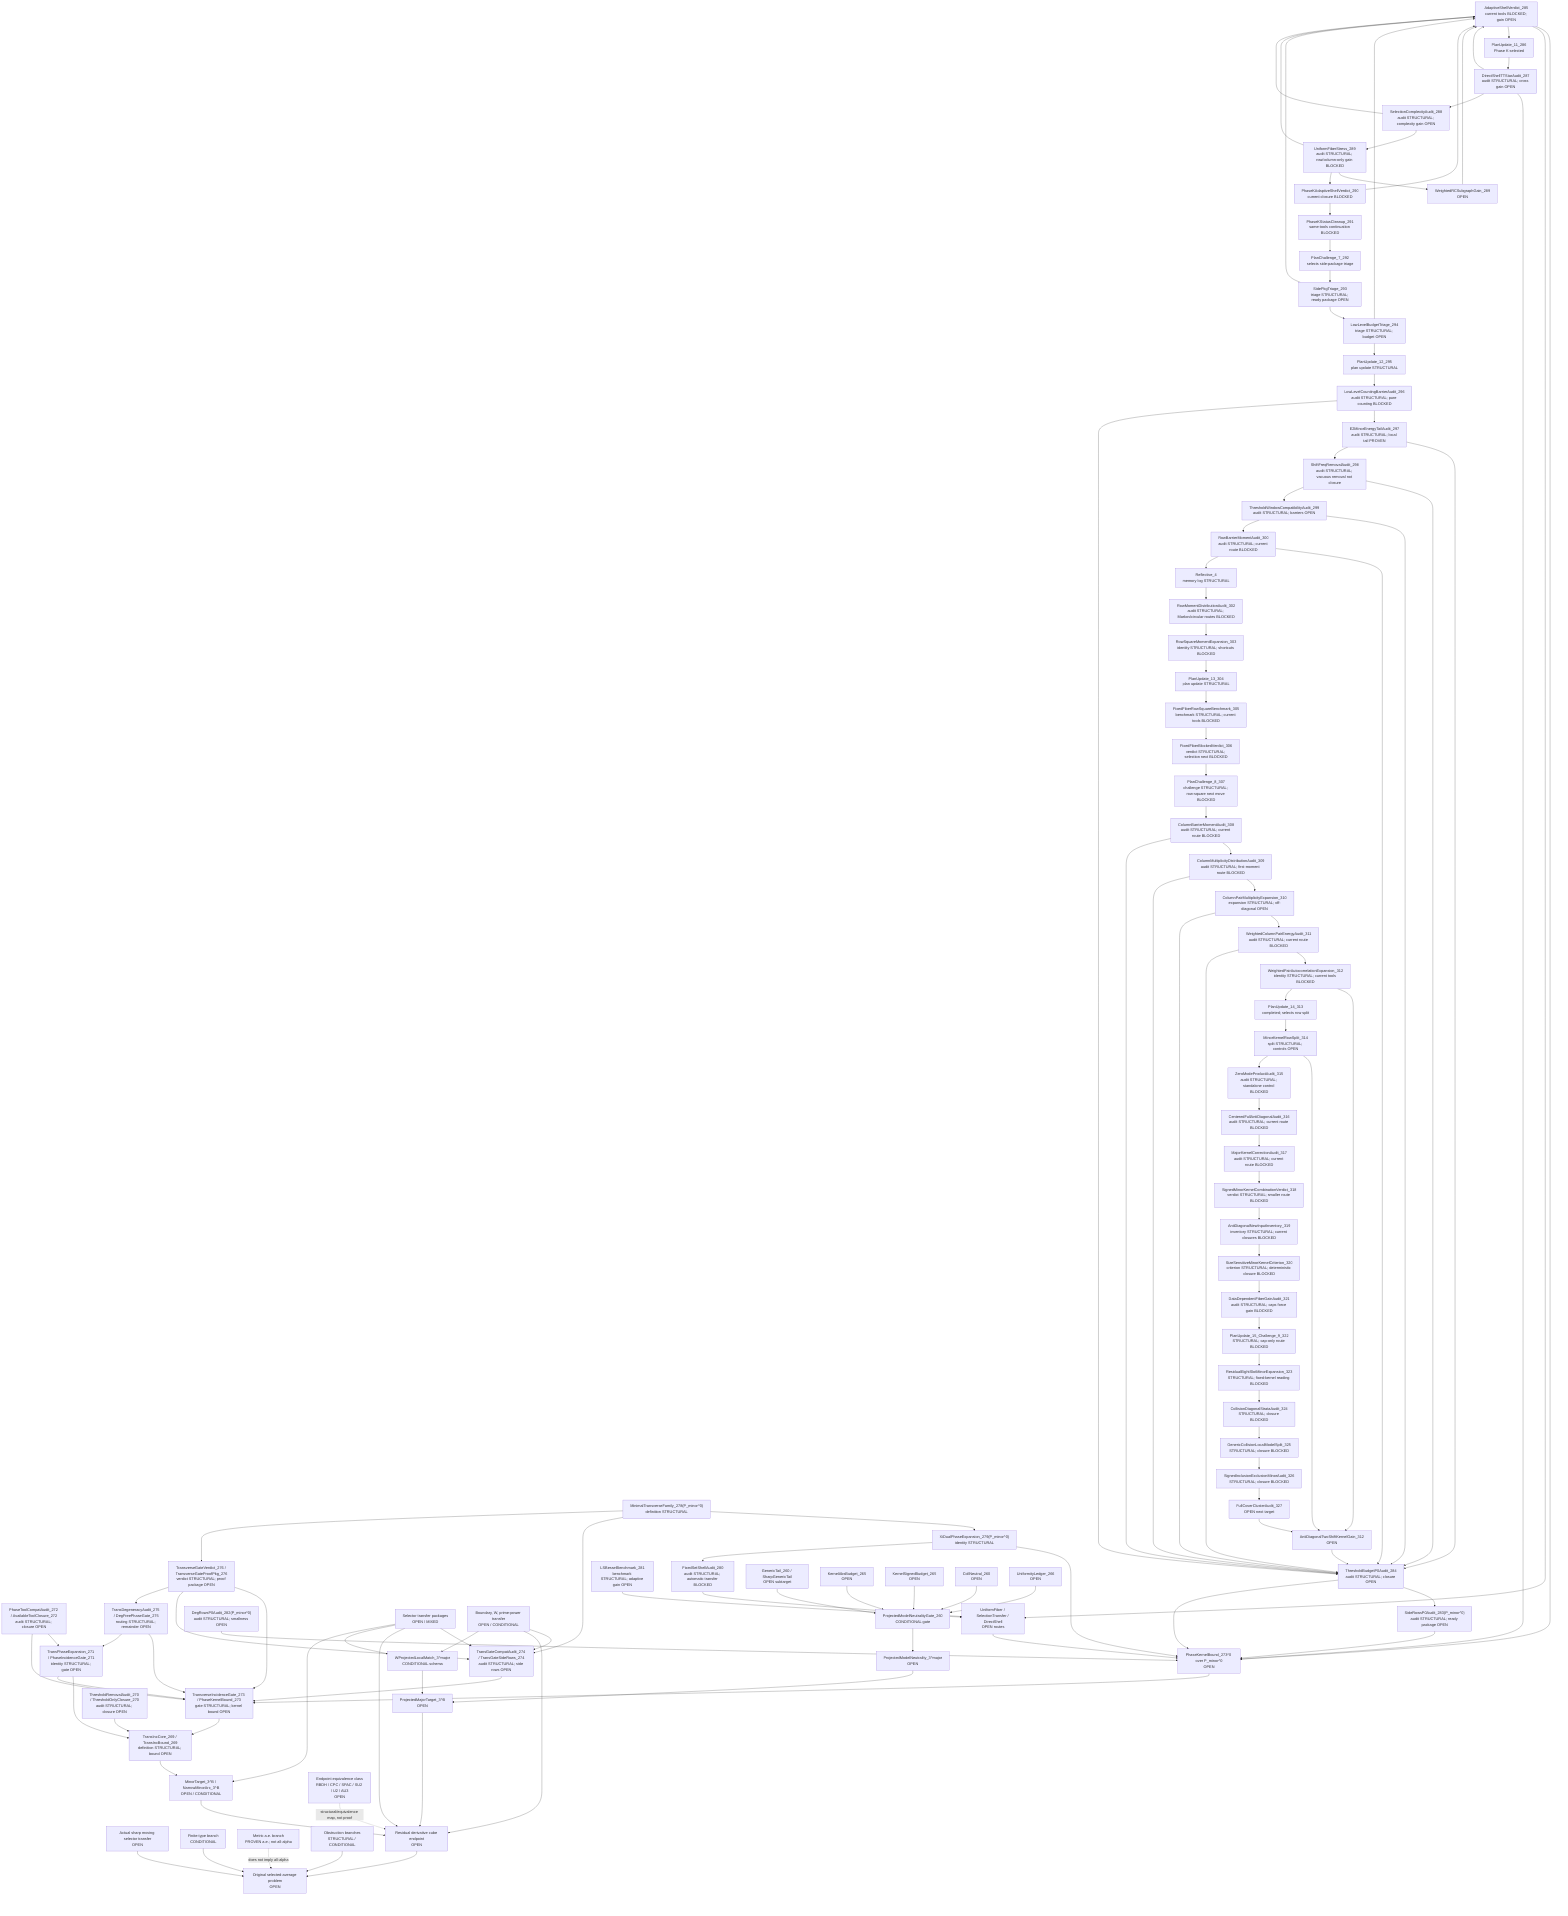
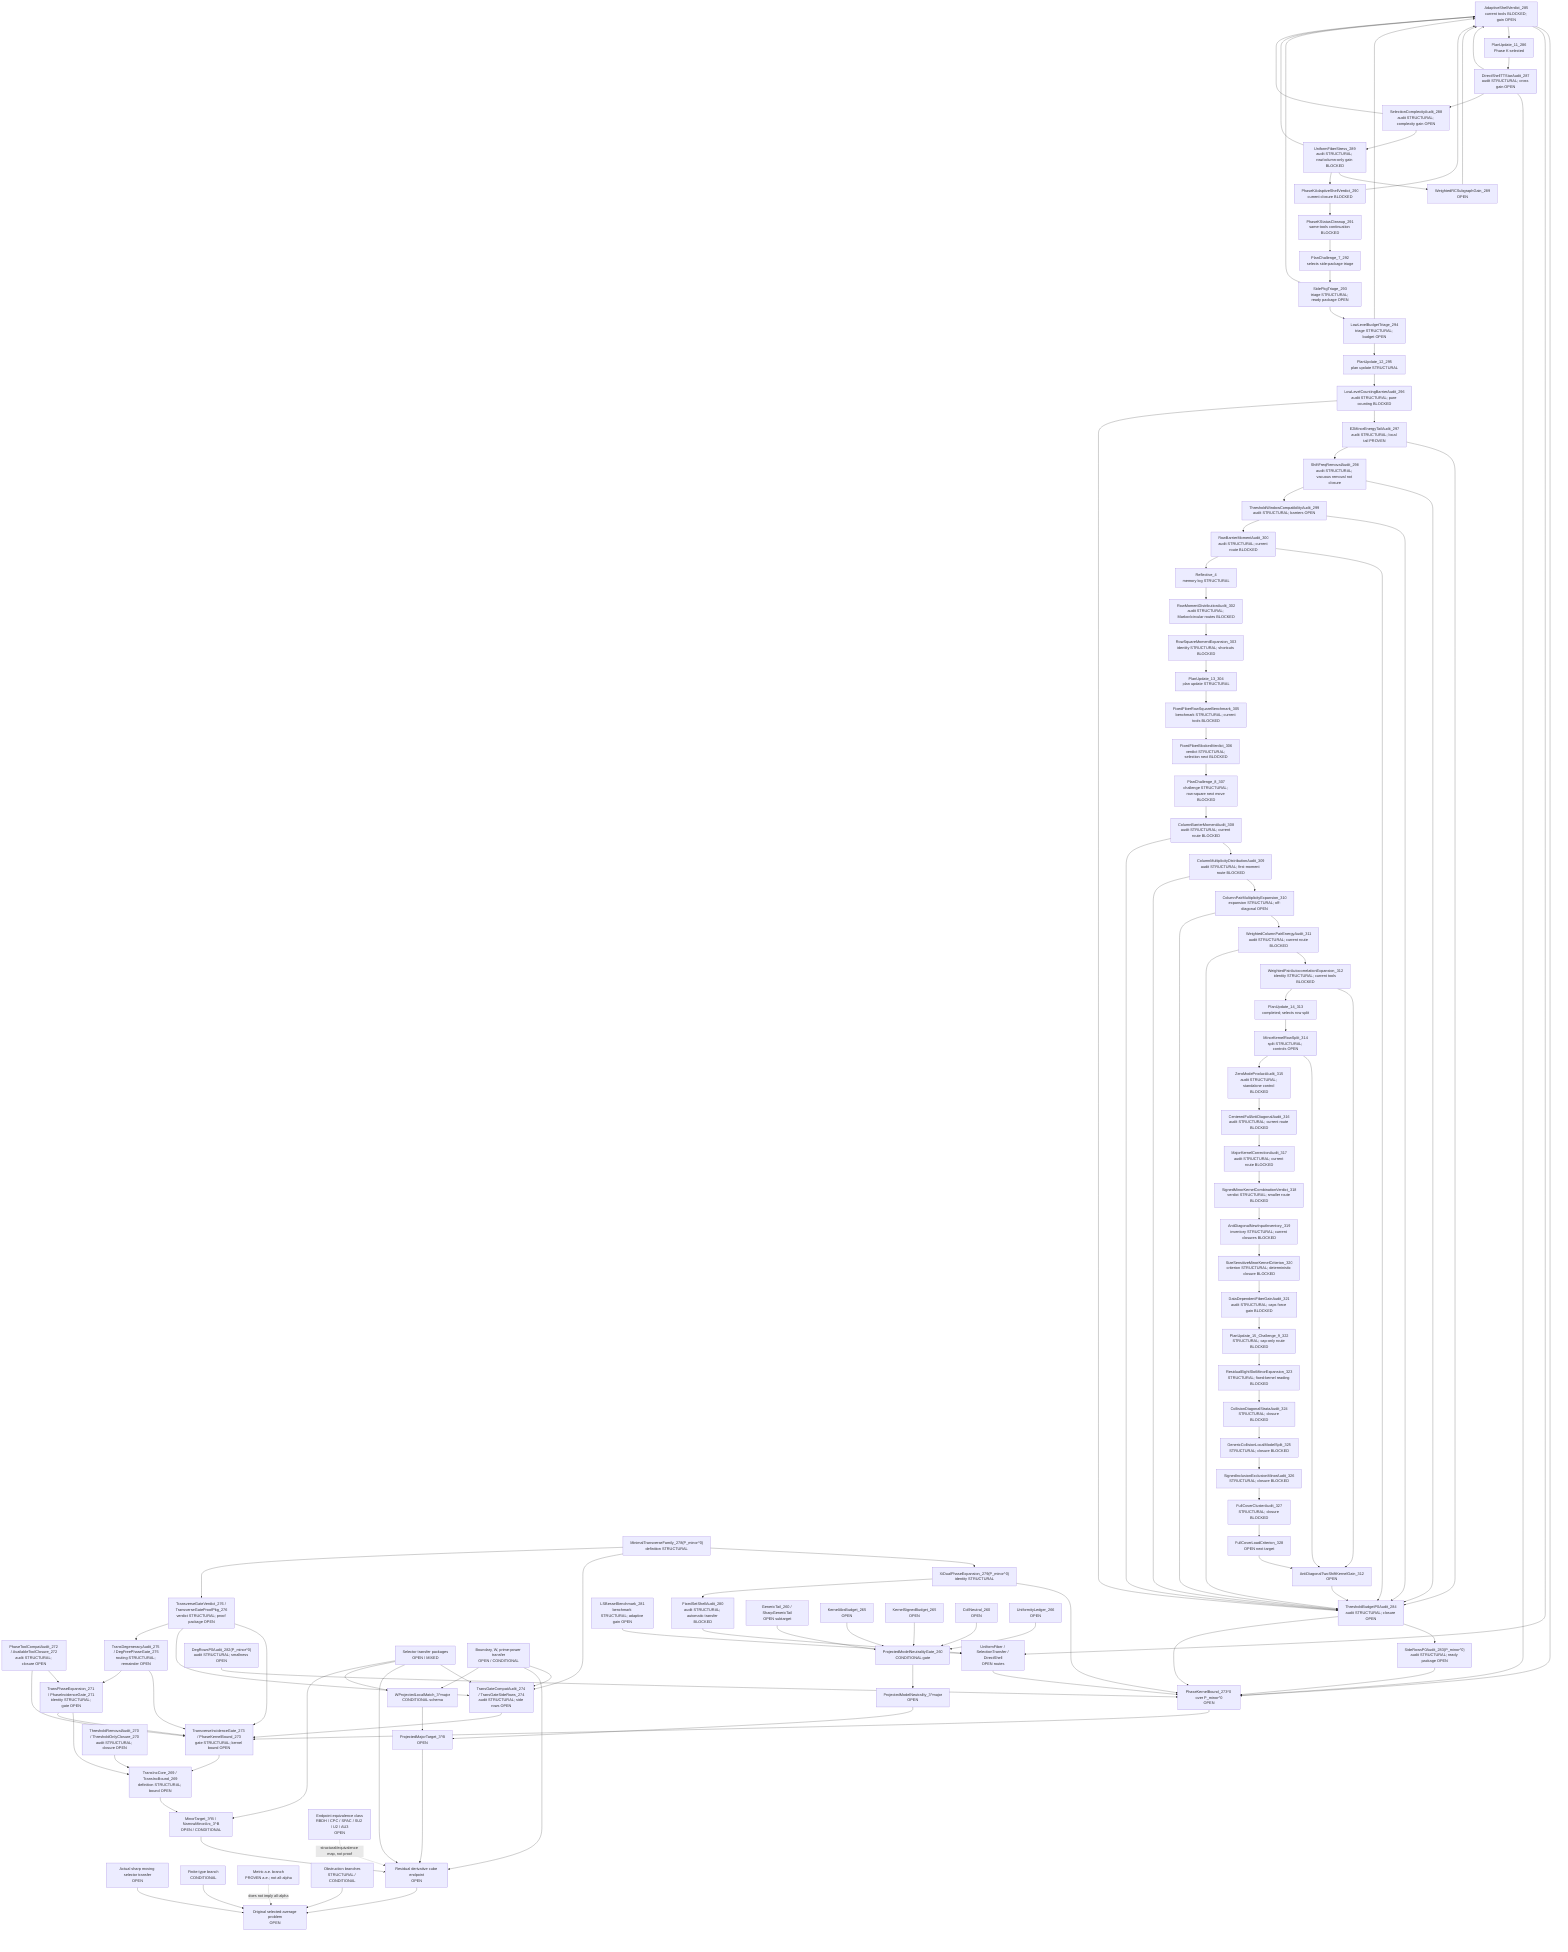
flowchart TD
  Original["Original selected-average problem<br/>OPEN"]
  SharpSel["Actual sharp moving selector transfer<br/>OPEN"]
  FiniteType["Finite-type branch<br/>CONDITIONAL"]
  Metric["Metric a.e. branch<br/>PROVEN a.e.; not all-alpha"]
  Obstruction["Obstruction branches<br/>STRUCTURAL / CONDITIONAL"]

  ResCube["Residual derivative cube endpoint<br/>OPEN"]
  MajorTarget["ProjectedMajorTarget_3^B<br/>OPEN"]
  MinorTarget["MinorTarget_3^B / NarrowMinorArc_3^B<br/>OPEN / CONDITIONAL"]
  TransInc["TransIncCore_269 / TransIncBound_269<br/>definition STRUCTURAL; bound OPEN"]
  ThresholdAudit["ThresholdRemovalAudit_270 / ThresholdOnlyClosure_270<br/>audit STRUCTURAL; closure OPEN"]
  PhaseExpansion["TransPhaseExpansion_271 / PhaseIncidenceGate_271<br/>identity STRUCTURAL; gate OPEN"]
  ToolCompat["PhaseToolCompatAudit_272 / AvailableToolClosure_272<br/>audit STRUCTURAL; closure OPEN"]
  TransGate["TransverseIncidenceGate_273 / PhaseKernelBound_273<br/>gate STRUCTURAL; kernel bound OPEN"]
  TransGateCompat["TransGateCompatAudit_274 / TransGateSideRows_274<br/>audit STRUCTURAL; side rows OPEN"]
  DegAudit["TransDegeneracyAudit_275 / DegFreePhaseGate_275<br/>routing STRUCTURAL; remainder OPEN"]
  TransVerdict["TransverseGateVerdict_276 / TransverseGateProofPkg_276<br/>verdict STRUCTURAL; proof package OPEN"]
  MinTransFamily["MinimalTransverseFamily_278(P_minor^0)<br/>definition STRUCTURAL"]
  XiExpansion["XiDualPhaseExpansion_279(P_minor^0)<br/>identity STRUCTURAL"]
  FixedShellAudit["FixedSetShellAudit_280<br/>audit STRUCTURAL; automatic transfer BLOCKED"]
  FixedShellTransfer["UniformFiber / SelectionTransfer / DirectShell<br/>OPEN routes"]
  LSBesselBench["LSBesselBenchmark_281<br/>benchmark STRUCTURAL; adaptive gain OPEN"]
  DegRowsP0["DegRowsP0Audit_282(P_minor^0)<br/>audit STRUCTURAL; smallness OPEN"]
  SideRowsP0["SideRowsP0Audit_283(P_minor^0)<br/>audit STRUCTURAL; ready package OPEN"]
  ThresholdP0["ThresholdBudgetP0Audit_284<br/>audit STRUCTURAL; closure OPEN"]
  AdaptiveShellP0["AdaptiveShellVerdict_285<br/>current tools BLOCKED; gain OPEN"]
  PlanUpdate11["PlanUpdate_11_286<br/>Phase K selected"]
  DirectTTStar["DirectShellTTStarAudit_287<br/>audit STRUCTURAL; cross gain OPEN"]
  SelectionComplexity["SelectionComplexityAudit_288<br/>audit STRUCTURAL; complexity gain OPEN"]
  UniformFiberStress["UniformFiberStress_289<br/>audit STRUCTURAL; row/column-only gain BLOCKED"]
  WeightedRCSubgraph["WeightedRCSubgraphGain_289<br/>OPEN"]
  AdaptiveVerdict290["PhaseKAdaptiveShellVerdict_290<br/>current closure BLOCKED"]
  PhaseKCleanup291["PhaseKStatusCleanup_291<br/>same-tools continuation BLOCKED"]
  PlanChallenge7["PlanChallenge_7_292<br/>selects side-package triage"]
  SidePkgTriage293["SidePkgTriage_293<br/>triage STRUCTURAL; ready package OPEN"]
  LowLevelTriage294["LowLevelBudgetTriage_294<br/>triage STRUCTURAL; budget OPEN"]
  PlanUpdate12["PlanUpdate_12_295<br/>plan update STRUCTURAL"]
  LowLevelBarrier296["LowLevelCountingBarrierAudit_296<br/>audit STRUCTURAL; pure counting BLOCKED"]
  E2Tail297["E2MinorEnergyTailAudit_297<br/>audit STRUCTURAL; local tail PROVEN"]
  ShiftFreq298["ShiftFreqRemovalAudit_298<br/>audit STRUCTURAL; vacuous removal not closure"]
  ThresholdWindow299["ThresholdWindowCompatibilityAudit_299<br/>audit STRUCTURAL; barriers OPEN"]
  RowBarrier300["RowBarrierMomentAudit_300<br/>audit STRUCTURAL; current route BLOCKED"]
  Reflective4["Reflective_4<br/>memory log STRUCTURAL"]
  RowMoment302["RowMomentDistributionAudit_302<br/>audit STRUCTURAL; Markov/circular routes BLOCKED"]
  RowSquare303["RowSquareMomentExpansion_303<br/>identity STRUCTURAL; shortcuts BLOCKED"]
  PlanUpdate13["PlanUpdate_13_304<br/>plan update STRUCTURAL"]
  FixedFiber305["FixedFiberRowSquareBenchmark_305<br/>benchmark STRUCTURAL; current tools BLOCKED"]
  FixedFiber306["FixedFiberBlockedVerdict_306<br/>verdict STRUCTURAL; selection next BLOCKED"]
  PlanChallenge8["PlanChallenge_8_307<br/>challenge STRUCTURAL; row-square next move BLOCKED"]
  ColumnBarrier308["ColumnBarrierMomentAudit_308<br/>audit STRUCTURAL; current route BLOCKED"]
  ColumnDist309["ColumnMultiplicityDistributionAudit_309<br/>audit STRUCTURAL; first-moment route BLOCKED"]
  ColumnPair310["ColumnPairMultiplicityExpansion_310<br/>expansion STRUCTURAL; off-diagonal OPEN"]
  WPair311["WeightedColumnPairEnergyAudit_311<br/>audit STRUCTURAL; current route BLOCKED"]
  AutoCorr312["WeightedPairAutocorrelationExpansion_312<br/>identity STRUCTURAL; current tools BLOCKED"]
  AntiDiag312["AntiDiagonalTwoShiftKernelGain_312<br/>OPEN"]
  PlanUpdate14["PlanUpdate_14_313<br/>completed; selects row split"]
  MinorKernel314["MinorKernelRowSplit_314<br/>split STRUCTURAL; controls OPEN"]
  ZeroAudit315["ZeroModeProductAudit_315<br/>audit STRUCTURAL; standalone control BLOCKED"]
  CenteredFull316["CenteredFullAntiDiagonalAudit_316<br/>audit STRUCTURAL; current route BLOCKED"]
  MajorCorr317["MajorKernelCorrectionAudit_317<br/>audit STRUCTURAL; current route BLOCKED"]
  SignedVerdict318["SignedMinorKernelCombinationVerdict_318<br/>verdict STRUCTURAL; smaller route BLOCKED"]
  NewInput319["AntiDiagonalNewInputInventory_319<br/>inventory STRUCTURAL; current closures BLOCKED"]
  SizeSensitive320["SizeSensitiveMinorKernelCriterion_320<br/>criterion STRUCTURAL; deterministic closure BLOCKED"]
  FiberGain321["DataDependentFiberGainAudit_321<br/>audit STRUCTURAL; caps force gain BLOCKED"]
  Plan322["PlanUpdate_15_Challenge_9_322<br/>STRUCTURAL; cap-only route BLOCKED"]
  ResidualEight323["ResidualEightSlotMinorExpansion_323<br/>STRUCTURAL; fixed-kernel reading BLOCKED"]
  Collision324["CollisionDiagonalStrataAudit_324<br/>STRUCTURAL; closure BLOCKED"]
  GenericSplit325["GenericCollisionLocalModelSplit_325<br/>STRUCTURAL; closure BLOCKED"]
  SignedIE326["SignedInclusionExclusionMinorAudit_326<br/>STRUCTURAL; closure BLOCKED"]
-   FullCover327["FullCoverClusterAudit_327<br/>OPEN next target"]
+   FullCover327["FullCoverClusterAudit_327<br/>STRUCTURAL; closure BLOCKED"]
+   CoverLoad328["FullCoverLoadCriterion_328<br/>OPEN next target"]
  PhaseKernel0["PhaseKernelBound_273^0 over P_minor^0<br/>OPEN"]
  SelectorTransfer["Selector transfer packages<br/>OPEN / MIXED"]
  BoundaryTransfer["Boundary, W, prime-power transfer<br/>OPEN / CONDITIONAL"]

  WLocal["WProjectedLocalMatch_3^major<br/>CONDITIONAL schema"]
  ModelNeutral["ProjectedModelNeutrality_3^major<br/>OPEN"]
  PMNGate["ProjectedModelNeutralityGate_260<br/>CONDITIONAL gate"]
  GenericTail["GenericTail_260 / SharpGenericTail<br/>OPEN subtarget"]
  KernelAbs["KernelAbsBudget_265<br/>OPEN"]
  KernelSigned["KernelSignedBudget_265<br/>OPEN"]
  CollNeutral["CollNeutral_260<br/>OPEN"]
  Uniformity["UniformityLedger_266<br/>OPEN"]

  EndpointClass["Endpoint equivalence class<br/>RBDH / CPC / SPAC / SU2 / U2 / AU3<br/>OPEN"]

  SharpSel --> Original
  FiniteType --> Original
  Obstruction --> Original
  ResCube --> Original
  Metric -. "does not imply all-alpha" .-> Original

  MajorTarget --> ResCube
  MinorTarget --> ResCube
  TransInc --> MinorTarget
  ThresholdAudit --> TransInc
  PhaseExpansion --> TransInc
  ToolCompat --> PhaseExpansion
  TransGate --> TransInc
  PhaseExpansion --> TransGate
  ToolCompat --> TransGate
  TransGateCompat --> TransGate
  SelectorTransfer --> TransGateCompat
  BoundaryTransfer --> TransGateCompat
  DegAudit --> TransGate
  DegAudit --> PhaseExpansion
  TransVerdict --> TransGate
  TransVerdict --> TransGateCompat
  TransVerdict --> DegAudit
  PhaseKernel0 --> TransGate
  MinTransFamily --> XiExpansion
  XiExpansion --> PhaseKernel0
  XiExpansion --> FixedShellAudit
  FixedShellAudit --> FixedShellTransfer
  FixedShellTransfer --> PhaseKernel0
  LSBesselBench --> FixedShellTransfer
  DegRowsP0 --> PhaseKernel0
  SideRowsP0 --> PhaseKernel0
  ThresholdP0 --> SideRowsP0
  ThresholdP0 --> PhaseKernel0
  AdaptiveShellP0 --> PhaseKernel0
  AdaptiveShellP0 --> FixedShellTransfer
  AdaptiveShellP0 --> PlanUpdate11
  PlanUpdate11 --> DirectTTStar
  DirectTTStar --> AdaptiveShellP0
  DirectTTStar --> PhaseKernel0
  DirectTTStar --> SelectionComplexity
  SelectionComplexity --> UniformFiberStress
  SelectionComplexity --> AdaptiveShellP0
  UniformFiberStress --> WeightedRCSubgraph
  WeightedRCSubgraph --> AdaptiveShellP0
  UniformFiberStress --> AdaptiveVerdict290
  UniformFiberStress --> AdaptiveShellP0
  AdaptiveVerdict290 --> AdaptiveShellP0
  AdaptiveVerdict290 --> PhaseKCleanup291
  PhaseKCleanup291 --> PlanChallenge7
  PlanChallenge7 --> SidePkgTriage293
  SidePkgTriage293 --> LowLevelTriage294
  SidePkgTriage293 --> AdaptiveShellP0
  LowLevelTriage294 --> AdaptiveShellP0
  LowLevelTriage294 --> PlanUpdate12
  PlanUpdate12 --> LowLevelBarrier296
  LowLevelBarrier296 --> E2Tail297
  LowLevelBarrier296 --> ThresholdP0
  E2Tail297 --> ThresholdP0
  E2Tail297 --> ShiftFreq298
  ShiftFreq298 --> ThresholdP0
  ShiftFreq298 --> ThresholdWindow299
  ThresholdWindow299 --> ThresholdP0
  ThresholdWindow299 --> RowBarrier300
  RowBarrier300 --> ThresholdP0
  RowBarrier300 --> Reflective4
  Reflective4 --> RowMoment302
  RowMoment302 --> RowSquare303
  RowSquare303 --> PlanUpdate13
  PlanUpdate13 --> FixedFiber305
  FixedFiber305 --> FixedFiber306
  FixedFiber306 --> PlanChallenge8
  PlanChallenge8 --> ColumnBarrier308
  ColumnBarrier308 --> ColumnDist309
  ColumnDist309 --> ColumnPair310
  ColumnPair310 --> WPair311
  WPair311 --> AutoCorr312
  AutoCorr312 --> AntiDiag312
  AntiDiag312 --> ThresholdP0
  AutoCorr312 --> PlanUpdate14
  PlanUpdate14 --> MinorKernel314
  MinorKernel314 --> AntiDiag312
  MinorKernel314 --> ZeroAudit315
  ZeroAudit315 --> CenteredFull316
  CenteredFull316 --> MajorCorr317
  MajorCorr317 --> SignedVerdict318
  SignedVerdict318 --> NewInput319
  NewInput319 --> SizeSensitive320
  SizeSensitive320 --> FiberGain321
  FiberGain321 --> Plan322
  Plan322 --> ResidualEight323
  ResidualEight323 --> Collision324
  Collision324 --> GenericSplit325
  GenericSplit325 --> SignedIE326
  SignedIE326 --> FullCover327
-   FullCover327 --> AntiDiag312
+   FullCover327 --> CoverLoad328
+   CoverLoad328 --> AntiDiag312
  WPair311 --> ThresholdP0
  ColumnPair310 --> ThresholdP0
  ColumnDist309 --> ThresholdP0
  ColumnBarrier308 --> ThresholdP0
  MinTransFamily --> TransGateCompat
  MinTransFamily --> TransVerdict
  SelectorTransfer --> ResCube
  BoundaryTransfer --> ResCube
  EndpointClass -. "structural/equivalence map, not proof" .-> ResCube

  WLocal --> MajorTarget
  ModelNeutral --> MajorTarget

  PMNGate --> ModelNeutral
  GenericTail --> PMNGate
  KernelAbs --> PMNGate
  KernelSigned --> PMNGate
  CollNeutral --> PMNGate
  Uniformity --> PMNGate

  BoundaryTransfer --> WLocal
  SelectorTransfer --> WLocal
  SelectorTransfer --> MinorTarget
